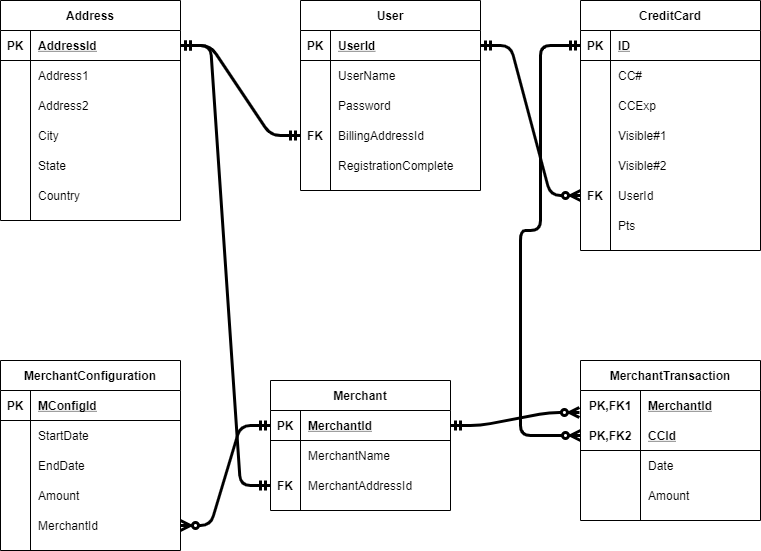
Above: Project.png in wnitchie/Credit_Card_Points (draw.io), before the change. Source tidied: cells renumbered, new cells last; positions are measured from the earlier drawing's top-left corner, leaving out a move shared by most shapes.
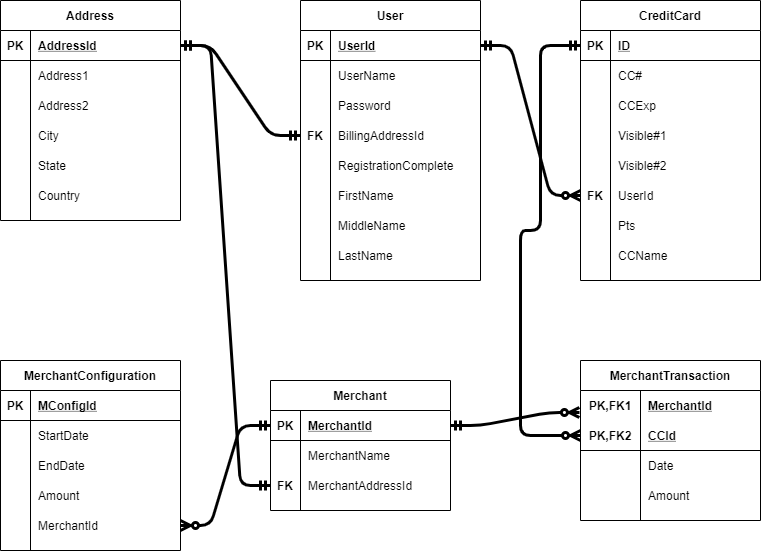
The same file after the commit.

Commit message:
Added additional fields to User and Credit Card tables

Change to the diagram source:
```diff
@@ -60,7 +60,7 @@
       <mxGeometry x="30" width="150" height="30" as="geometry" />
     </mxCell>
     <mxCell id="21" value="CreditCard" style="shape=table;startSize=30;rowLines=0;fontStyle=1;align=center;" parent="1" vertex="1">
-      <mxGeometry x="580" width="180" height="250" as="geometry" />
+      <mxGeometry x="580" width="180" height="280" as="geometry" />
     </mxCell>
     <mxCell id="22" style="shape=partialRectangle;fillColor=none;top=0;left=0;bottom=1;right=0;points=[[0,0.5],[1,0.5]];portConstraint=eastwest;" parent="21" vertex="1">
       <mxGeometry y="30" width="180" height="30" as="geometry" />
@@ -125,8 +125,17 @@
     <mxCell id="42" value="Pts" style="shape=partialRectangle;fillColor=none;top=0;left=0;bottom=0;right=0;align=left;spacingLeft=6;overflow=hidden;" parent="40" vertex="1">
       <mxGeometry x="30" width="150" height="30" as="geometry" />
     </mxCell>
+    <mxCell id="104" style="shape=partialRectangle;fillColor=none;top=0;left=0;bottom=0;right=0;" parent="21" vertex="1">
+      <mxGeometry y="240" width="180" height="30" as="geometry" />
+    </mxCell>
+    <mxCell id="105" style="shape=partialRectangle;fillColor=none;top=0;left=0;bottom=0;right=0;overflow=hidden;" parent="104" vertex="1">
+      <mxGeometry width="30" height="30" as="geometry" />
+    </mxCell>
+    <mxCell id="106" value="CCName" style="shape=partialRectangle;fillColor=none;top=0;left=0;bottom=0;right=0;align=left;spacingLeft=6;overflow=hidden;" parent="104" vertex="1">
+      <mxGeometry x="30" width="150" height="30" as="geometry" />
+    </mxCell>
     <mxCell id="43" value="User" style="shape=table;startSize=30;rowLines=0;fontStyle=1;align=center;" parent="1" vertex="1">
-      <mxGeometry x="300" width="180" height="190" as="geometry" />
+      <mxGeometry x="300" width="180" height="280" as="geometry" />
     </mxCell>
     <mxCell id="44" style="shape=partialRectangle;fillColor=none;top=0;left=0;bottom=1;right=0;points=[[0,0.5],[1,0.5]];portConstraint=eastwest;" parent="43" vertex="1">
       <mxGeometry y="30" width="180" height="30" as="geometry" />
@@ -170,7 +179,7 @@
     <mxCell id="57" style="shape=partialRectangle;fillColor=none;top=0;left=0;bottom=0;right=0;overflow=hidden;" parent="56" vertex="1">
       <mxGeometry width="30" height="30" as="geometry" />
     </mxCell>
-    <mxCell id="58" value="RegistrationComplete" style="shape=partialRectangle;fillColor=none;top=0;left=0;bottom=0;right=0;align=left;spacingLeft=6;overflow=hidden;" parent="56" vertex="1">
+    <mxCell id="58" value="RegistrationComplete" style="shape=partialRectangle;fillColor=none;top=0;left=0;bottom=0;right=0;align=left;spacingLeft=6;overflow=hidden;verticalAlign=middle;" parent="56" vertex="1">
       <mxGeometry x="30" width="150" height="30" as="geometry" />
     </mxCell>
     <mxCell id="59" value="MerchantTransaction" style="shape=table;startSize=30;rowLines=0;fontStyle=1;align=center;" parent="1" vertex="1">
@@ -315,5 +324,20 @@
     <mxCell id="103" value="MerchantAddressId" style="shape=partialRectangle;fillColor=none;top=0;left=0;bottom=0;right=0;align=left;spacingLeft=6;overflow=hidden;" parent="101" vertex="1">
       <mxGeometry x="30" width="150" height="30" as="geometry" />
     </mxCell>
+    <mxCell id="107" style="shape=partialRectangle;fillColor=none;top=0;left=0;bottom=0;right=0;" parent="1" vertex="1">
+      <mxGeometry x="300" y="110" width="180" height="30" as="geometry" />
+    </mxCell>
+    <mxCell id="108" style="shape=partialRectangle;fillColor=none;top=0;left=0;bottom=0;right=0;overflow=hidden;" parent="107" vertex="1">
+      <mxGeometry width="30" height="30" as="geometry" />
+    </mxCell>
+    <mxCell id="109" value="FirstName" style="shape=partialRectangle;fillColor=none;top=0;left=0;bottom=0;right=0;align=left;spacingLeft=6;overflow=hidden;" parent="1" vertex="1">
+      <mxGeometry x="330" y="180" width="150" height="30" as="geometry" />
+    </mxCell>
+    <mxCell id="110" value="MiddleName" style="shape=partialRectangle;fillColor=none;top=0;left=0;bottom=0;right=0;align=left;spacingLeft=6;overflow=hidden;" parent="1" vertex="1">
+      <mxGeometry x="330" y="210" width="150" height="30" as="geometry" />
+    </mxCell>
+    <mxCell id="111" value="LastName" style="shape=partialRectangle;fillColor=none;top=0;left=0;bottom=0;right=0;align=left;spacingLeft=6;overflow=hidden;" parent="1" vertex="1">
+      <mxGeometry x="330" y="240" width="150" height="30" as="geometry" />
+    </mxCell>
   </root>
 </mxGraphModel>
```
